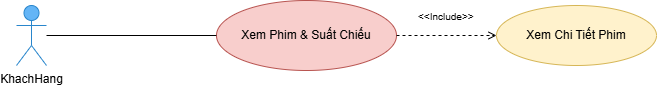
Earlier version of the draw.io export DIAGRAM/usecase-detail.png (MinhVy1324/Booking_Film). Source tidied: cells renumbered, new cells last; positions are measured from the earlier drawing's top-left corner, leaving out a move shared by most shapes. Source of this version:
```xml
<mxGraphModel>
  <root>
    <mxCell id="0" />
    <mxCell id="1" parent="0" />
    <mxCell id="2" value="KhachHang" style="shape=umlActor;verticalLabelPosition=bottom;verticalAlign=top;html=1;outlineConnect=0;fillColor=#64b5f6;strokeColor=#2986cc;" parent="1" vertex="1">
      <mxGeometry y="5" width="30" height="60" as="geometry" />
    </mxCell>
    <mxCell id="3" value="Xem Phim &amp; Suất Chiếu" style="ellipse;whiteSpace=wrap;html=1;fillColor=#f8cecc;strokeColor=#b85450;" parent="1" vertex="1">
      <mxGeometry x="200" width="180" height="70" as="geometry" />
    </mxCell>
    <mxCell id="4" value="Xem Chi Tiết Phim" style="ellipse;whiteSpace=wrap;html=1;fillColor=#fff2cc;strokeColor=#d6b656;" parent="1" vertex="1">
      <mxGeometry x="480" y="5" width="160" height="60" as="geometry" />
    </mxCell>
    <mxCell id="5" style="endArrow=none;html=1;rounded=0;" parent="1" edge="1" source="2" target="3">
      <mxGeometry relative="1" as="geometry" />
    </mxCell>
    <mxCell id="6" value="&lt;font style=&quot;font-size: 10px;&quot;&gt;&amp;lt;&amp;lt;Include&amp;gt;&amp;gt;&lt;/font&gt;" style="endArrow=open;endFill=0;dashed=1;html=1;rounded=0;edgeStyle=orthogonalEdgeStyle;align=left;verticalAlign=bottom;" parent="1" edge="1" source="3" target="4">
      <mxGeometry x="-0.6" y="10" relative="1" as="geometry" />
    </mxCell>
  </root>
</mxGraphModel>
```
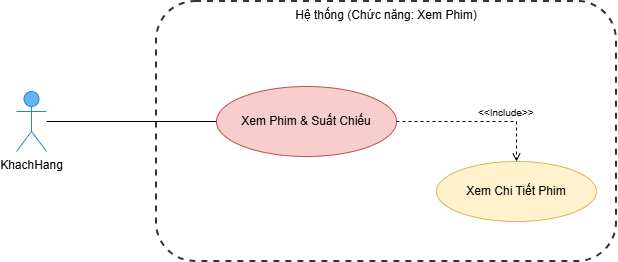
Above is the later version.

Diff of the diagram source:
```diff
@@ -5,17 +5,20 @@
     <mxCell id="2" value="KhachHang" style="shape=umlActor;verticalLabelPosition=bottom;verticalAlign=top;html=1;outlineConnect=0;fillColor=#64b5f6;strokeColor=#2986cc;" parent="1" vertex="1">
       <mxGeometry y="5" width="30" height="60" as="geometry" />
     </mxCell>
+    <mxCell id="7" value="Hệ thống (Chức năng: Xem Phim)" style="rounded=1;whiteSpace=wrap;html=1;dashed=1;strokeWidth=2;verticalAlign=top;fillColor=none;strokeColor=#333333;" parent="1" vertex="1">
+      <mxGeometry x="140" y="-85" width="460" height="260" as="geometry" />
+    </mxCell>
     <mxCell id="3" value="Xem Phim &amp; Suất Chiếu" style="ellipse;whiteSpace=wrap;html=1;fillColor=#f8cecc;strokeColor=#b85450;" parent="1" vertex="1">
       <mxGeometry x="200" width="180" height="70" as="geometry" />
     </mxCell>
     <mxCell id="4" value="Xem Chi Tiết Phim" style="ellipse;whiteSpace=wrap;html=1;fillColor=#fff2cc;strokeColor=#d6b656;" parent="1" vertex="1">
-      <mxGeometry x="480" y="5" width="160" height="60" as="geometry" />
+      <mxGeometry x="420" y="75" width="160" height="60" as="geometry" />
     </mxCell>
     <mxCell id="5" style="endArrow=none;html=1;rounded=0;" parent="1" edge="1" source="2" target="3">
       <mxGeometry relative="1" as="geometry" />
     </mxCell>
     <mxCell id="6" value="&lt;font style=&quot;font-size: 10px;&quot;&gt;&amp;lt;&amp;lt;Include&amp;gt;&amp;gt;&lt;/font&gt;" style="endArrow=open;endFill=0;dashed=1;html=1;rounded=0;edgeStyle=orthogonalEdgeStyle;align=left;verticalAlign=bottom;" parent="1" edge="1" source="3" target="4">
-      <mxGeometry x="-0.6" y="10" relative="1" as="geometry" />
+      <mxGeometry relative="1" as="geometry" />
     </mxCell>
   </root>
 </mxGraphModel>
```
